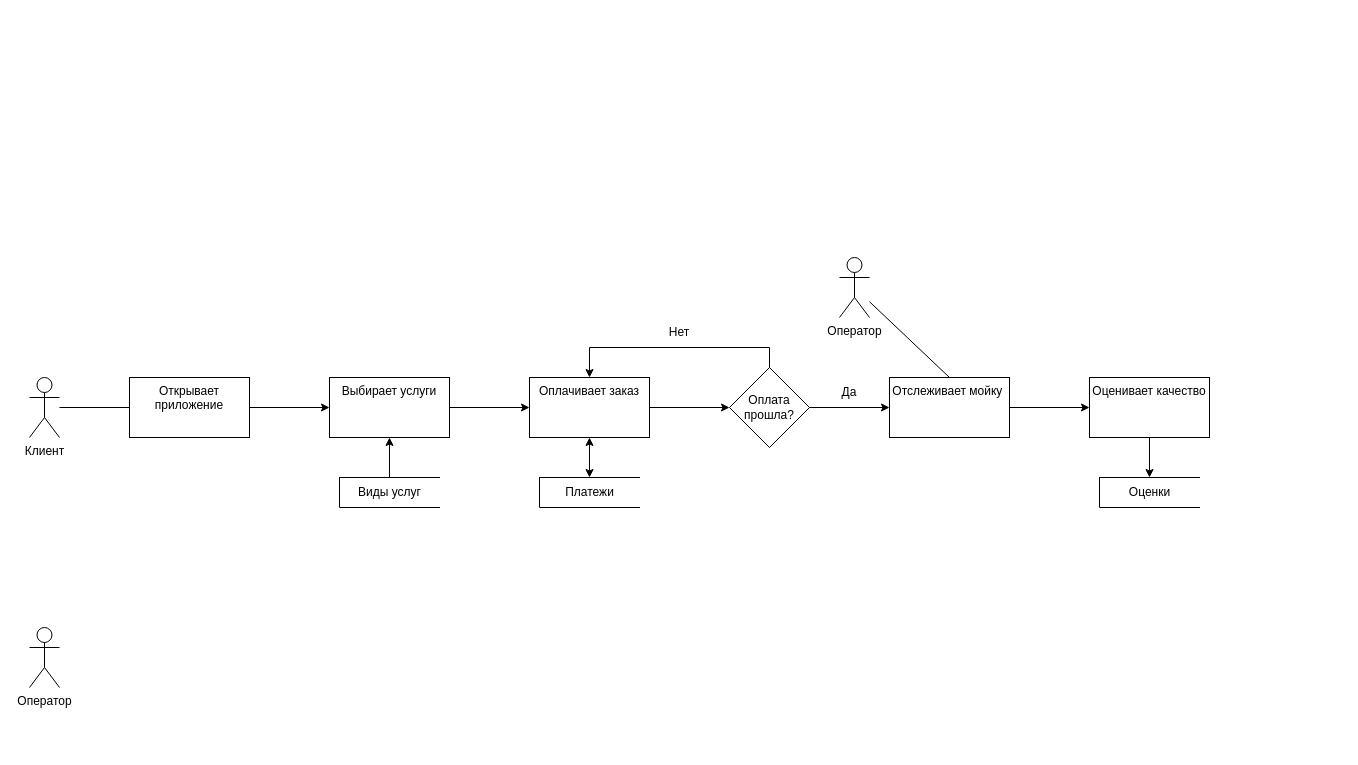
Earlier version of the draw.io diagram page "DFD" (2 of 2) of Diagram_1.drawio (vitaliyepikhin/Automated-Car-Wash). Source tidied: cells renumbered, new cells numbered last; positions are measured from the earlier drawing's top-left corner, leaving out a move shared by most shapes. Both pictures are drawn from the tidied source at 100%, with x=0, y=0 at pixel (29, 257).
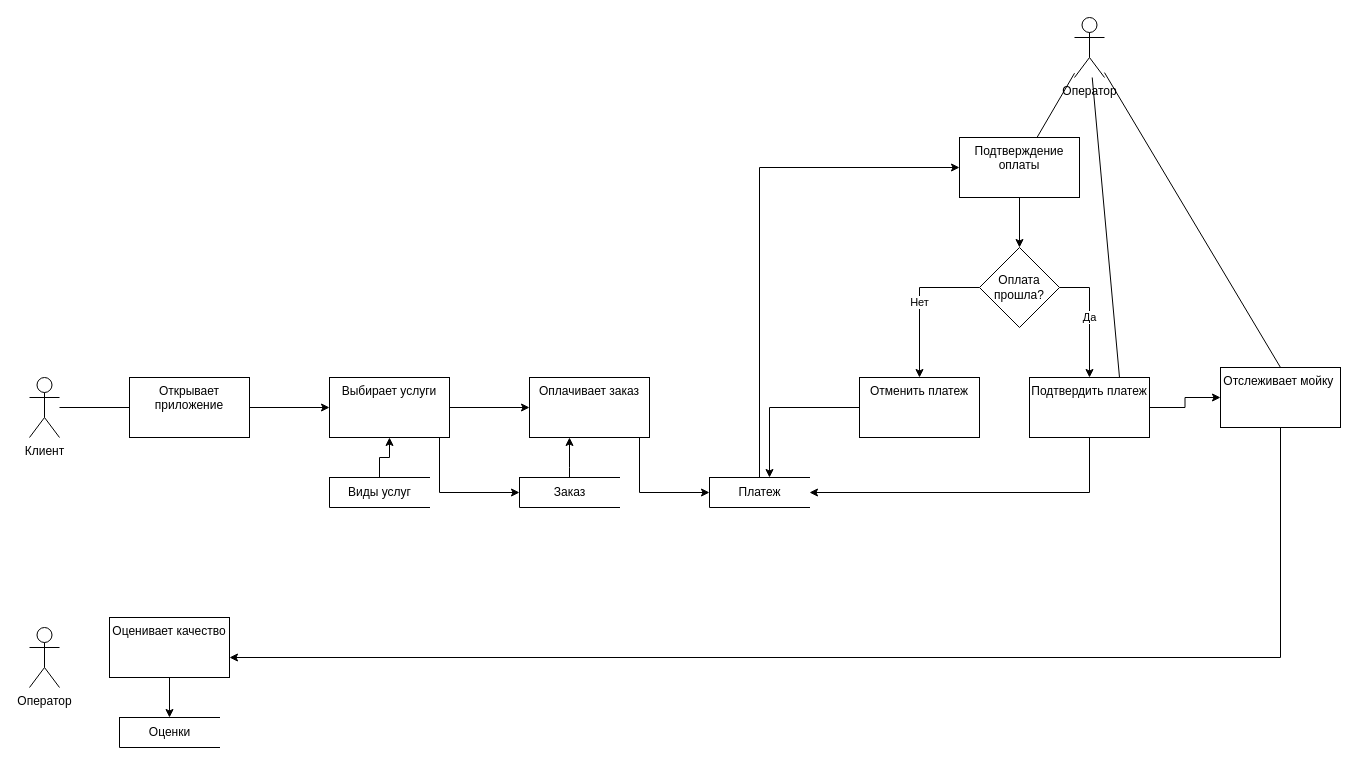
Above is the later version.

Unchanged cells that the change refers to:
```xml
<mxCell id="6" value="Выбирает услуги" style="whiteSpace=wrap;html=1;verticalAlign=top;" parent="1" vertex="1">
  <mxGeometry x="300" y="120" width="120" height="60" as="geometry" />
</mxCell>
<mxCell id="8" value="Оплачивает заказ" style="whiteSpace=wrap;html=1;verticalAlign=top;" parent="1" vertex="1">
  <mxGeometry x="500" y="120" width="120" height="60" as="geometry" />
</mxCell>
```

The edit, as a diff of the source:
```diff
@@
+    <mxCell id="27" style="edgeStyle=orthogonalEdgeStyle;rounded=0;jettySize=auto;html=1;entryX=0;entryY=0.5;entryDx=0;entryDy=0;" parent="1" edge="1" source="6" target="16">
+      <mxGeometry relative="1" as="geometry">
+        <Array as="points">
+          <mxPoint x="410" y="235" />
+        </Array>
+      </mxGeometry>
+    </mxCell>
@@
-    <mxCell id="7" style="edgeStyle=orthogonalEdgeStyle;rounded=0;jettySize=auto;html=1;startArrow=none;startFill=0;" parent="1" edge="1" source="8" target="21">
-      <mxGeometry relative="1" as="geometry" />
-    </mxCell>
+    <mxCell id="28" style="edgeStyle=orthogonalEdgeStyle;rounded=0;jettySize=auto;html=1;" parent="1" edge="1" source="8" target="30">
+      <mxGeometry relative="1" as="geometry">
+        <Array as="points">
+          <mxPoint x="610" y="235" />
+        </Array>
+      </mxGeometry>
+    </mxCell>
@@
     <mxCell id="10" value="Виды услуг" style="html=1;dashed=0;whitespace=wrap;shape=partialRectangle;right=0;" parent="1" vertex="1">
-      <mxGeometry x="310" y="220" width="100" height="30" as="geometry" />
+      <mxGeometry x="300" y="220" width="100" height="30" as="geometry" />
     </mxCell>
     <mxCell id="11" style="edgeStyle=orthogonalEdgeStyle;rounded=0;jettySize=auto;html=1;" parent="1" edge="1" source="12" target="14">
-      <mxGeometry relative="1" as="geometry" />
+      <mxGeometry relative="1" as="geometry">
+        <Array as="points">
+          <mxPoint x="1251" y="400" />
+        </Array>
+      </mxGeometry>
     </mxCell>
     <mxCell id="12" value="Отслеживает мойку&amp;nbsp;" style="whiteSpace=wrap;html=1;verticalAlign=top;" parent="1" vertex="1">
-      <mxGeometry x="860" y="120" width="120" height="60" as="geometry" />
+      <mxGeometry x="1191" y="110" width="120" height="60" as="geometry" />
     </mxCell>
@@
     <mxCell id="14" value="Оценивает качество" style="whiteSpace=wrap;html=1;verticalAlign=top;" parent="1" vertex="1">
-      <mxGeometry x="1060" y="120" width="120" height="60" as="geometry" />
+      <mxGeometry x="80" y="360" width="120" height="60" as="geometry" />
     </mxCell>
-    <mxCell id="15" style="edgeStyle=orthogonalEdgeStyle;rounded=0;jettySize=auto;html=1;startArrow=classic;startFill=1;" parent="1" edge="1" source="16" target="8">
-      <mxGeometry relative="1" as="geometry" />
+    <mxCell id="15" style="edgeStyle=orthogonalEdgeStyle;rounded=0;jettySize=auto;html=1;" parent="1" edge="1" source="16" target="8">
+      <mxGeometry relative="1" as="geometry">
+        <Array as="points">
+          <mxPoint x="540" y="210" />
+          <mxPoint x="540" y="210" />
+        </Array>
+      </mxGeometry>
     </mxCell>
-    <mxCell id="16" value="Платежи" style="html=1;dashed=0;whitespace=wrap;shape=partialRectangle;right=0;" parent="1" vertex="1">
-      <mxGeometry x="510" y="220" width="100" height="30" as="geometry" />
+    <mxCell id="16" value="Заказ" style="html=1;dashed=0;whitespace=wrap;shape=partialRectangle;right=0;" parent="1" vertex="1">
+      <mxGeometry x="490" y="220" width="100" height="30" as="geometry" />
     </mxCell>
     <mxCell id="17" value="Оператор" style="shape=umlActor;verticalLabelPosition=bottom;verticalAlign=top;html=1;outlineConnect=0;" parent="1" vertex="1">
-      <mxGeometry x="810" width="30" height="60" as="geometry" />
+      <mxGeometry x="1045" y="-240" width="30" height="60" as="geometry" />
     </mxCell>
     <mxCell id="18" value="Оценки" style="html=1;dashed=0;whitespace=wrap;shape=partialRectangle;right=0;" parent="1" vertex="1">
-      <mxGeometry x="1070" y="220" width="100" height="30" as="geometry" />
+      <mxGeometry x="90" y="460" width="100" height="30" as="geometry" />
     </mxCell>
-    <mxCell id="19" style="edgeStyle=orthogonalEdgeStyle;rounded=0;jettySize=auto;html=1;entryX=0.5;entryY=0;entryDx=0;entryDy=0;startArrow=none;startFill=0;" parent="1" edge="1" source="21" target="8">
-      <mxGeometry relative="1" as="geometry">
-        <Array as="points">
-          <mxPoint x="740" y="90" />
-          <mxPoint x="560" y="90" />
-        </Array>
-      </mxGeometry>
-    </mxCell>
-    <mxCell id="20" style="edgeStyle=orthogonalEdgeStyle;rounded=0;jettySize=auto;html=1;startArrow=none;startFill=0;" parent="1" edge="1" source="21" target="12">
-      <mxGeometry relative="1" as="geometry" />
+    <mxCell id="20" value="Нет" style="edgeStyle=orthogonalEdgeStyle;rounded=0;jettySize=auto;html=1;startArrow=none;startFill=0;" parent="1" edge="1" source="21" target="32">
+      <mxGeometry relative="1" as="geometry">
+        <Array as="points">
+          <mxPoint x="890" y="30" />
+        </Array>
+      </mxGeometry>
     </mxCell>
+    <mxCell id="26" value="Да" style="edgeStyle=orthogonalEdgeStyle;rounded=0;jettySize=auto;html=1;" parent="1" edge="1" source="21" target="35">
+      <mxGeometry relative="1" as="geometry">
+        <Array as="points">
+          <mxPoint x="1060" y="30" />
+        </Array>
+      </mxGeometry>
+    </mxCell>
     <mxCell id="21" value="Оплата прошла?" style="rhombus;whiteSpace=wrap;html=1;" parent="1" vertex="1">
-      <mxGeometry x="700" y="110" width="80" height="80" as="geometry" />
+      <mxGeometry x="950" y="-10" width="80" height="80" as="geometry" />
     </mxCell>
-    <mxCell id="22" value="Нет" style="text;html=1;strokeColor=none;fillColor=none;align=center;verticalAlign=middle;whiteSpace=wrap;rounded=0;" parent="1" vertex="1">
-      <mxGeometry x="620" y="60" width="60" height="30" as="geometry" />
-    </mxCell>
@@
-    <mxCell id="26" value="Да" style="text;html=1;strokeColor=none;fillColor=none;align=center;verticalAlign=middle;whiteSpace=wrap;rounded=0;" parent="1" vertex="1">
-      <mxGeometry x="790" y="120" width="60" height="30" as="geometry" />
-    </mxCell>
+    <mxCell id="29" style="edgeStyle=orthogonalEdgeStyle;rounded=0;jettySize=auto;html=1;" parent="1" edge="1" source="30" target="38">
+      <mxGeometry relative="1" as="geometry">
+        <Array as="points">
+          <mxPoint x="730" y="-90" />
+        </Array>
+      </mxGeometry>
+    </mxCell>
+    <mxCell id="30" value="Платеж" style="html=1;dashed=0;whitespace=wrap;shape=partialRectangle;right=0;" parent="1" vertex="1">
+      <mxGeometry x="680" y="220" width="100" height="30" as="geometry" />
+    </mxCell>
+    <mxCell id="31" style="edgeStyle=orthogonalEdgeStyle;rounded=0;jettySize=auto;html=1;" parent="1" edge="1" source="32" target="30">
+      <mxGeometry relative="1" as="geometry">
+        <Array as="points">
+          <mxPoint x="740" y="150" />
+        </Array>
+      </mxGeometry>
+    </mxCell>
+    <mxCell id="32" value="Отменить платеж" style="whiteSpace=wrap;html=1;verticalAlign=top;" parent="1" vertex="1">
+      <mxGeometry x="830" y="120" width="120" height="60" as="geometry" />
+    </mxCell>
+    <mxCell id="33" style="edgeStyle=orthogonalEdgeStyle;rounded=0;jettySize=auto;html=1;" parent="1" edge="1" source="35" target="30">
+      <mxGeometry relative="1" as="geometry">
+        <Array as="points">
+          <mxPoint x="1060" y="235" />
+        </Array>
+      </mxGeometry>
+    </mxCell>
+    <mxCell id="34" style="edgeStyle=orthogonalEdgeStyle;rounded=0;jettySize=auto;html=1;" parent="1" edge="1" source="35" target="12">
+      <mxGeometry relative="1" as="geometry" />
+    </mxCell>
+    <mxCell id="35" value="Подтвердить платеж" style="whiteSpace=wrap;html=1;verticalAlign=top;" parent="1" vertex="1">
+      <mxGeometry x="1000" y="120" width="120" height="60" as="geometry" />
+    </mxCell>
+    <mxCell id="36" style="endArrow=none;html=1;rounded=0;entryX=0.75;entryY=0;entryDx=0;entryDy=0;" parent="1" edge="1" source="17" target="35">
+      <mxGeometry relative="1" as="geometry" />
+    </mxCell>
+    <mxCell id="37" style="edgeStyle=orthogonalEdgeStyle;rounded=0;jettySize=auto;html=1;" parent="1" edge="1" source="38" target="21">
+      <mxGeometry relative="1" as="geometry" />
+    </mxCell>
+    <mxCell id="38" value="Подтверждение оплаты" style="whiteSpace=wrap;html=1;verticalAlign=top;" parent="1" vertex="1">
+      <mxGeometry x="930" y="-120" width="120" height="60" as="geometry" />
+    </mxCell>
+    <mxCell id="39" style="endArrow=none;html=1;rounded=0;" parent="1" edge="1" source="17" target="38">
+      <mxGeometry relative="1" as="geometry" />
+    </mxCell>
```
